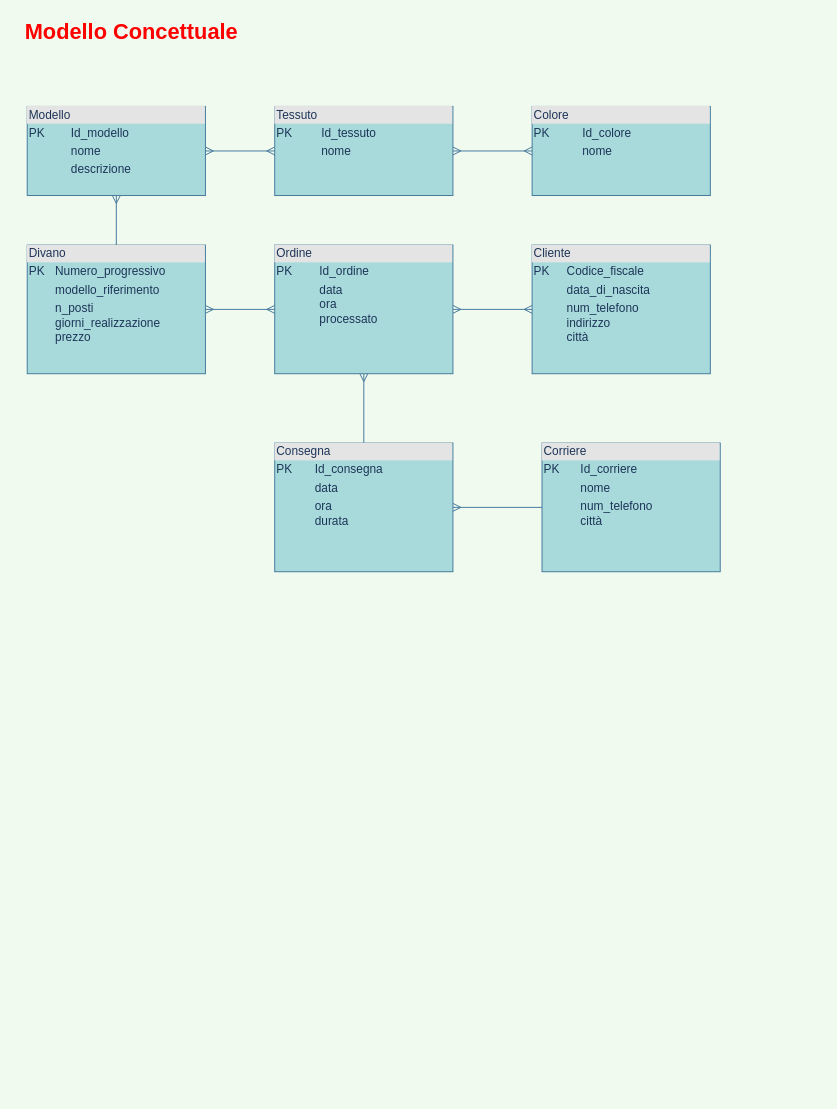
ChiaraGismondi02/informatica-modelloE-R keeps this draw.io diagram as Divani.drawio. Above is the earlier version. Source tidied: cells renumbered, new cells numbered last; positions are measured from the earlier drawing's top-left corner, leaving out a move shared by most shapes. Both pictures are drawn from the tidied source at 99%, with x=0, y=0 at pixel (17, 17).
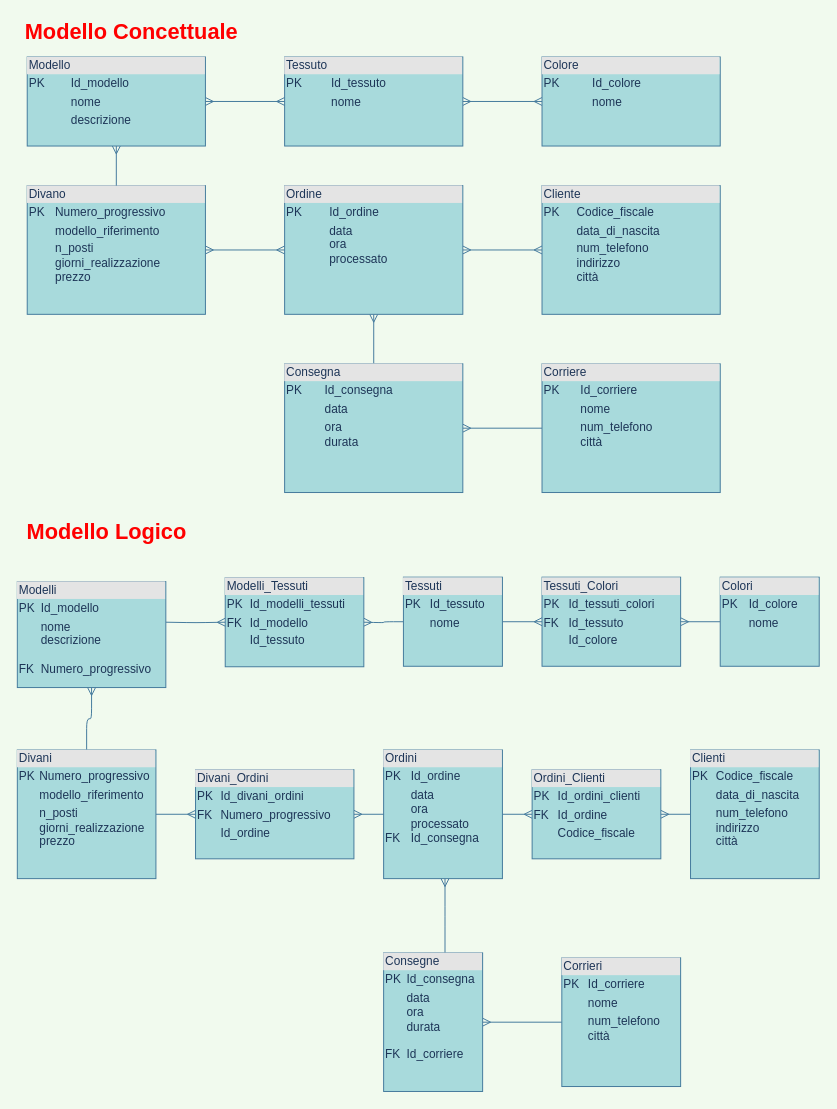
The same page after the edit.

What changed in the source:
```diff
@@
     <mxCell id="3" value="&lt;div style=&quot;box-sizing: border-box ; width: 100% ; background: #e4e4e4 ; padding: 2px&quot;&gt;Corriere&lt;/div&gt;&lt;table style=&quot;width: 100% ; font-size: 1em&quot; cellpadding=&quot;2&quot; cellspacing=&quot;0&quot;&gt;&lt;tbody&gt;&lt;tr&gt;&lt;td&gt;PK&lt;/td&gt;&lt;td&gt;Id_corriere&lt;/td&gt;&lt;/tr&gt;&lt;tr&gt;&lt;td&gt;&lt;br&gt;&lt;/td&gt;&lt;td&gt;nome&lt;/td&gt;&lt;/tr&gt;&lt;tr&gt;&lt;td&gt;&lt;/td&gt;&lt;td&gt;num_telefono&lt;br&gt;città&lt;/td&gt;&lt;/tr&gt;&lt;/tbody&gt;&lt;/table&gt;" style="verticalAlign=top;align=left;overflow=fill;html=1;fillColor=#A8DADC;strokeColor=#457B9D;fontColor=#1D3557;" parent="1" vertex="1">
-      <mxGeometry x="530" y="430" width="180" height="130" as="geometry" />
+      <mxGeometry x="530" y="350" width="180" height="130" as="geometry" />
     </mxCell>
@@
     <mxCell id="5" value="&lt;div style=&quot;box-sizing: border-box ; width: 100% ; background: #e4e4e4 ; padding: 2px&quot;&gt;Consegna&lt;/div&gt;&lt;table style=&quot;width: 100% ; font-size: 1em&quot; cellpadding=&quot;2&quot; cellspacing=&quot;0&quot;&gt;&lt;tbody&gt;&lt;tr&gt;&lt;td&gt;PK&lt;/td&gt;&lt;td&gt;Id_consegna&lt;/td&gt;&lt;/tr&gt;&lt;tr&gt;&lt;td&gt;&lt;br&gt;&lt;/td&gt;&lt;td&gt;data&lt;/td&gt;&lt;/tr&gt;&lt;tr&gt;&lt;td&gt;&lt;/td&gt;&lt;td&gt;ora&lt;br&gt;durata&lt;/td&gt;&lt;/tr&gt;&lt;/tbody&gt;&lt;/table&gt;" style="verticalAlign=top;align=left;overflow=fill;html=1;fillColor=#A8DADC;strokeColor=#457B9D;fontColor=#1D3557;" parent="1" vertex="1">
-      <mxGeometry x="260" y="430" width="180" height="130" as="geometry" />
+      <mxGeometry x="270" y="350" width="180" height="130" as="geometry" />
     </mxCell>
     <mxCell id="6" value="&lt;div style=&quot;box-sizing: border-box ; width: 100% ; background: #e4e4e4 ; padding: 2px&quot;&gt;Cliente&lt;/div&gt;&lt;table style=&quot;width: 100% ; font-size: 1em&quot; cellpadding=&quot;2&quot; cellspacing=&quot;0&quot;&gt;&lt;tbody&gt;&lt;tr&gt;&lt;td&gt;PK&lt;/td&gt;&lt;td&gt;Codice_fiscale&lt;/td&gt;&lt;/tr&gt;&lt;tr&gt;&lt;td&gt;&lt;br&gt;&lt;/td&gt;&lt;td&gt;data_di_nascita&lt;/td&gt;&lt;/tr&gt;&lt;tr&gt;&lt;td&gt;&lt;/td&gt;&lt;td&gt;num_telefono&lt;br&gt;indirizzo&lt;br&gt;città&lt;/td&gt;&lt;/tr&gt;&lt;/tbody&gt;&lt;/table&gt;" style="verticalAlign=top;align=left;overflow=fill;html=1;fillColor=#A8DADC;strokeColor=#457B9D;fontColor=#1D3557;" parent="1" vertex="1">
-      <mxGeometry x="520" y="230" width="180" height="130" as="geometry" />
+      <mxGeometry x="530" y="170" width="180" height="130" as="geometry" />
     </mxCell>
@@
     <mxCell id="8" value="&lt;div style=&quot;box-sizing: border-box ; width: 100% ; background: #e4e4e4 ; padding: 2px&quot;&gt;Ordine&lt;/div&gt;&lt;table style=&quot;width: 100% ; font-size: 1em&quot; cellpadding=&quot;2&quot; cellspacing=&quot;0&quot;&gt;&lt;tbody&gt;&lt;tr&gt;&lt;td&gt;PK&lt;/td&gt;&lt;td&gt;Id_ordine&lt;/td&gt;&lt;/tr&gt;&lt;tr&gt;&lt;td&gt;&lt;br&gt;&lt;/td&gt;&lt;td&gt;data&lt;br&gt;ora&lt;br&gt;processato&lt;/td&gt;&lt;/tr&gt;&lt;tr&gt;&lt;td&gt;&lt;/td&gt;&lt;td&gt;&lt;br&gt;&lt;/td&gt;&lt;/tr&gt;&lt;/tbody&gt;&lt;/table&gt;" style="verticalAlign=top;align=left;overflow=fill;html=1;fillColor=#A8DADC;strokeColor=#457B9D;fontColor=#1D3557;" parent="1" vertex="1">
-      <mxGeometry x="260" y="230" width="180" height="130" as="geometry" />
+      <mxGeometry x="270" y="170" width="180" height="130" as="geometry" />
     </mxCell>
@@
     <mxCell id="10" value="&lt;div style=&quot;box-sizing: border-box ; width: 100% ; background: #e4e4e4 ; padding: 2px&quot;&gt;Divano&lt;/div&gt;&lt;table style=&quot;width: 100% ; font-size: 1em&quot; cellpadding=&quot;2&quot; cellspacing=&quot;0&quot;&gt;&lt;tbody&gt;&lt;tr&gt;&lt;td&gt;PK&lt;/td&gt;&lt;td&gt;Numero_progressivo&lt;/td&gt;&lt;/tr&gt;&lt;tr&gt;&lt;td&gt;&lt;br&gt;&lt;/td&gt;&lt;td&gt;modello_riferimento&lt;/td&gt;&lt;/tr&gt;&lt;tr&gt;&lt;td&gt;&lt;/td&gt;&lt;td&gt;n_posti&lt;br&gt;giorni_realizzazione&lt;br&gt;prezzo&lt;br&gt;&lt;br&gt;&lt;/td&gt;&lt;/tr&gt;&lt;/tbody&gt;&lt;/table&gt;" style="verticalAlign=top;align=left;overflow=fill;html=1;fillColor=#A8DADC;strokeColor=#457B9D;fontColor=#1D3557;" parent="1" vertex="1">
-      <mxGeometry x="10" y="230" width="180" height="130" as="geometry" />
+      <mxGeometry x="10" y="170" width="180" height="130" as="geometry" />
     </mxCell>
     <mxCell id="11" value="&lt;div style=&quot;box-sizing: border-box ; width: 100% ; background: #e4e4e4 ; padding: 2px&quot;&gt;Colore&lt;/div&gt;&lt;table style=&quot;width: 100% ; font-size: 1em&quot; cellpadding=&quot;2&quot; cellspacing=&quot;0&quot;&gt;&lt;tbody&gt;&lt;tr&gt;&lt;td&gt;PK&lt;/td&gt;&lt;td&gt;Id_colore&lt;/td&gt;&lt;/tr&gt;&lt;tr&gt;&lt;td&gt;&lt;br&gt;&lt;/td&gt;&lt;td&gt;nome&lt;/td&gt;&lt;/tr&gt;&lt;tr&gt;&lt;td&gt;&lt;/td&gt;&lt;td&gt;&lt;br&gt;&lt;/td&gt;&lt;/tr&gt;&lt;/tbody&gt;&lt;/table&gt;" style="verticalAlign=top;align=left;overflow=fill;html=1;fillColor=#A8DADC;strokeColor=#457B9D;fontColor=#1D3557;" parent="1" vertex="1">
-      <mxGeometry x="520" y="90" width="180" height="90" as="geometry" />
+      <mxGeometry x="530" y="40" width="180" height="90" as="geometry" />
     </mxCell>
@@
     <mxCell id="13" value="&lt;div style=&quot;box-sizing: border-box ; width: 100% ; background: #e4e4e4 ; padding: 2px&quot;&gt;Tessuto&lt;/div&gt;&lt;table style=&quot;width: 100% ; font-size: 1em&quot; cellpadding=&quot;2&quot; cellspacing=&quot;0&quot;&gt;&lt;tbody&gt;&lt;tr&gt;&lt;td&gt;PK&lt;/td&gt;&lt;td&gt;Id_tessuto&lt;/td&gt;&lt;/tr&gt;&lt;tr&gt;&lt;td&gt;&lt;br&gt;&lt;/td&gt;&lt;td&gt;nome&lt;/td&gt;&lt;/tr&gt;&lt;tr&gt;&lt;td&gt;&lt;/td&gt;&lt;td&gt;&lt;br&gt;&lt;/td&gt;&lt;/tr&gt;&lt;/tbody&gt;&lt;/table&gt;" style="verticalAlign=top;align=left;overflow=fill;html=1;fillColor=#A8DADC;strokeColor=#457B9D;fontColor=#1D3557;" parent="1" vertex="1">
-      <mxGeometry x="260" y="90" width="180" height="90" as="geometry" />
+      <mxGeometry x="270" y="40" width="180" height="90" as="geometry" />
     </mxCell>
@@
     <mxCell id="15" value="&lt;div style=&quot;box-sizing: border-box ; width: 100% ; background: #e4e4e4 ; padding: 2px&quot;&gt;Modello&lt;/div&gt;&lt;table style=&quot;width: 100% ; font-size: 1em&quot; cellpadding=&quot;2&quot; cellspacing=&quot;0&quot;&gt;&lt;tbody&gt;&lt;tr&gt;&lt;td&gt;PK&lt;/td&gt;&lt;td&gt;Id_modello&lt;/td&gt;&lt;/tr&gt;&lt;tr&gt;&lt;td&gt;&lt;br&gt;&lt;/td&gt;&lt;td&gt;nome&lt;/td&gt;&lt;/tr&gt;&lt;tr&gt;&lt;td&gt;&lt;/td&gt;&lt;td&gt;descrizione&lt;/td&gt;&lt;/tr&gt;&lt;/tbody&gt;&lt;/table&gt;" style="verticalAlign=top;align=left;overflow=fill;html=1;fillColor=#A8DADC;strokeColor=#457B9D;fontColor=#1D3557;" parent="1" vertex="1">
-      <mxGeometry x="10" y="90" width="180" height="90" as="geometry" />
+      <mxGeometry x="10" y="40" width="180" height="90" as="geometry" />
     </mxCell>
@@
+    <mxCell id="18" style="edgeStyle=orthogonalEdgeStyle;curved=0;rounded=1;sketch=0;jettySize=auto;html=1;entryX=0.5;entryY=1;entryDx=0;entryDy=0;endArrow=ERmany;endFill=0;strokeColor=#457B9D;fillColor=#A8DADC;fontColor=#1D3557;exitX=0.62;exitY=0.007;exitDx=0;exitDy=0;exitPerimeter=0;" parent="1" edge="1" source="40">
+      <mxGeometry relative="1" as="geometry">
+        <mxPoint x="432" y="870" as="targetPoint" />
+      </mxGeometry>
+    </mxCell>
+    <mxCell id="19" style="edgeStyle=orthogonalEdgeStyle;curved=0;rounded=1;sketch=0;jettySize=auto;html=1;exitX=0;exitY=0.5;exitDx=0;exitDy=0;entryX=1;entryY=0.5;entryDx=0;entryDy=0;strokeColor=#457B9D;fillColor=#A8DADC;fontColor=#1D3557;endArrow=ERmany;endFill=0;" parent="1" edge="1" source="20" target="40">
+      <mxGeometry relative="1" as="geometry" />
+    </mxCell>
+    <mxCell id="20" value="&lt;div style=&quot;box-sizing: border-box ; width: 100% ; background: #e4e4e4 ; padding: 2px&quot;&gt;Corrieri&lt;/div&gt;&lt;table style=&quot;width: 100% ; font-size: 1em&quot; cellpadding=&quot;2&quot; cellspacing=&quot;0&quot;&gt;&lt;tbody&gt;&lt;tr&gt;&lt;td&gt;PK&lt;/td&gt;&lt;td&gt;Id_corriere&lt;/td&gt;&lt;/tr&gt;&lt;tr&gt;&lt;td&gt;&lt;br&gt;&lt;/td&gt;&lt;td&gt;nome&lt;/td&gt;&lt;/tr&gt;&lt;tr&gt;&lt;td&gt;&lt;/td&gt;&lt;td&gt;num_telefono&lt;br&gt;città&lt;/td&gt;&lt;/tr&gt;&lt;/tbody&gt;&lt;/table&gt;" style="verticalAlign=top;align=left;overflow=fill;html=1;fillColor=#A8DADC;strokeColor=#457B9D;fontColor=#1D3557;" parent="1" vertex="1">
+      <mxGeometry x="550" y="950" width="120" height="130" as="geometry" />
+    </mxCell>
+    <mxCell id="21" style="edgeStyle=orthogonalEdgeStyle;curved=0;rounded=1;sketch=0;orthogonalLoop=1;jettySize=auto;html=1;exitX=0;exitY=0.5;exitDx=0;exitDy=0;endArrow=ERmany;endFill=0;strokeColor=#457B9D;fillColor=#A8DADC;fontColor=#1D3557;" parent="1" edge="1">
+      <mxGeometry relative="1" as="geometry">
+        <mxPoint x="374" y="805" as="sourcePoint" />
+        <mxPoint x="340" y="805" as="targetPoint" />
+      </mxGeometry>
+    </mxCell>
+    <mxCell id="22" style="edgeStyle=orthogonalEdgeStyle;curved=0;rounded=1;sketch=0;jettySize=auto;html=1;exitX=1;exitY=0.5;exitDx=0;exitDy=0;entryX=0;entryY=0.5;entryDx=0;entryDy=0;endArrow=ERmany;endFill=0;strokeColor=#457B9D;fillColor=#A8DADC;fontColor=#1D3557;" parent="1" edge="1" target="34">
+      <mxGeometry relative="1" as="geometry">
+        <mxPoint x="490" y="805" as="sourcePoint" />
+      </mxGeometry>
+    </mxCell>
+    <mxCell id="23" style="edgeStyle=orthogonalEdgeStyle;curved=0;rounded=1;sketch=0;jettySize=auto;html=1;exitX=0;exitY=0.5;exitDx=0;exitDy=0;endArrow=ERmany;endFill=0;strokeColor=#457B9D;fillColor=#A8DADC;fontColor=#1D3557;" parent="1" edge="1" source="24">
+      <mxGeometry relative="1" as="geometry">
+        <mxPoint x="650" y="805" as="targetPoint" />
+      </mxGeometry>
+    </mxCell>
+    <mxCell id="24" value="&lt;div style=&quot;box-sizing: border-box ; width: 100% ; background: #e4e4e4 ; padding: 2px&quot;&gt;Clienti&lt;/div&gt;&lt;table style=&quot;width: 100% ; font-size: 1em&quot; cellpadding=&quot;2&quot; cellspacing=&quot;0&quot;&gt;&lt;tbody&gt;&lt;tr&gt;&lt;td&gt;PK&lt;/td&gt;&lt;td&gt;Codice_fiscale&lt;/td&gt;&lt;/tr&gt;&lt;tr&gt;&lt;td&gt;&lt;br&gt;&lt;/td&gt;&lt;td&gt;data_di_nascita&lt;/td&gt;&lt;/tr&gt;&lt;tr&gt;&lt;td&gt;&lt;/td&gt;&lt;td&gt;num_telefono&lt;br&gt;indirizzo&lt;br&gt;città&lt;/td&gt;&lt;/tr&gt;&lt;/tbody&gt;&lt;/table&gt;" style="verticalAlign=top;align=left;overflow=fill;html=1;fillColor=#A8DADC;strokeColor=#457B9D;fontColor=#1D3557;" parent="1" vertex="1">
+      <mxGeometry x="680" y="740" width="130" height="130" as="geometry" />
+    </mxCell>
+    <mxCell id="25" style="edgeStyle=orthogonalEdgeStyle;curved=0;rounded=1;sketch=0;jettySize=auto;html=1;exitX=0;exitY=0.5;exitDx=0;exitDy=0;endArrow=ERmany;endFill=0;strokeColor=#457B9D;fillColor=#A8DADC;fontColor=#1D3557;" parent="1" edge="1" source="27">
+      <mxGeometry relative="1" as="geometry">
+        <mxPoint x="350" y="611" as="targetPoint" />
+      </mxGeometry>
+    </mxCell>
+    <mxCell id="26" style="edgeStyle=orthogonalEdgeStyle;curved=0;rounded=1;sketch=0;jettySize=auto;html=1;exitX=1;exitY=0.5;exitDx=0;exitDy=0;entryX=0;entryY=0.5;entryDx=0;entryDy=0;endArrow=ERmany;endFill=0;strokeColor=#457B9D;fillColor=#A8DADC;fontColor=#1D3557;" parent="1" edge="1" source="27" target="36">
+      <mxGeometry relative="1" as="geometry" />
+    </mxCell>
+    <mxCell id="27" value="&lt;div style=&quot;box-sizing: border-box ; width: 100% ; background: #e4e4e4 ; padding: 2px&quot;&gt;Tessuti&lt;/div&gt;&lt;table style=&quot;width: 100% ; font-size: 1em&quot; cellpadding=&quot;2&quot; cellspacing=&quot;0&quot;&gt;&lt;tbody&gt;&lt;tr&gt;&lt;td&gt;PK&lt;/td&gt;&lt;td&gt;Id_tessuto&lt;/td&gt;&lt;/tr&gt;&lt;tr&gt;&lt;td&gt;&lt;br&gt;&lt;/td&gt;&lt;td&gt;nome&lt;/td&gt;&lt;/tr&gt;&lt;tr&gt;&lt;td&gt;&lt;/td&gt;&lt;td&gt;&lt;br&gt;&lt;/td&gt;&lt;/tr&gt;&lt;/tbody&gt;&lt;/table&gt;" style="verticalAlign=top;align=left;overflow=fill;html=1;fillColor=#A8DADC;strokeColor=#457B9D;fontColor=#1D3557;" parent="1" vertex="1">
+      <mxGeometry x="390" y="565.5" width="100" height="90" as="geometry" />
+    </mxCell>
+    <mxCell id="28" style="edgeStyle=orthogonalEdgeStyle;curved=0;rounded=1;sketch=0;jettySize=auto;html=1;exitX=0;exitY=0.5;exitDx=0;exitDy=0;endArrow=ERmany;endFill=0;strokeColor=#457B9D;fillColor=#A8DADC;fontColor=#1D3557;entryX=1;entryY=0.5;entryDx=0;entryDy=0;" parent="1" edge="1" source="29" target="36">
+      <mxGeometry relative="1" as="geometry" />
+    </mxCell>
+    <mxCell id="29" value="&lt;div style=&quot;box-sizing: border-box ; width: 100% ; background: #e4e4e4 ; padding: 2px&quot;&gt;Colori&lt;/div&gt;&lt;table style=&quot;width: 100% ; font-size: 1em&quot; cellpadding=&quot;2&quot; cellspacing=&quot;0&quot;&gt;&lt;tbody&gt;&lt;tr&gt;&lt;td&gt;PK&lt;/td&gt;&lt;td&gt;Id_colore&lt;/td&gt;&lt;/tr&gt;&lt;tr&gt;&lt;td&gt;&lt;br&gt;&lt;/td&gt;&lt;td&gt;nome&lt;/td&gt;&lt;/tr&gt;&lt;tr&gt;&lt;td&gt;&lt;/td&gt;&lt;td&gt;&lt;br&gt;&lt;/td&gt;&lt;/tr&gt;&lt;/tbody&gt;&lt;/table&gt;" style="verticalAlign=top;align=left;overflow=fill;html=1;fillColor=#A8DADC;strokeColor=#457B9D;fontColor=#1D3557;" parent="1" vertex="1">
+      <mxGeometry x="710" y="565.5" width="100" height="90" as="geometry" />
+    </mxCell>
+    <mxCell id="30" style="edgeStyle=orthogonalEdgeStyle;curved=0;rounded=1;sketch=0;jettySize=auto;html=1;exitX=1;exitY=0.5;exitDx=0;exitDy=0;entryX=0;entryY=0.5;entryDx=0;entryDy=0;endArrow=ERmany;endFill=0;strokeColor=#457B9D;fillColor=#A8DADC;fontColor=#1D3557;" parent="1" edge="1" source="32" target="33">
+      <mxGeometry relative="1" as="geometry" />
+    </mxCell>
+    <mxCell id="31" style="edgeStyle=orthogonalEdgeStyle;curved=0;rounded=1;sketch=0;jettySize=auto;html=1;exitX=0.5;exitY=0;exitDx=0;exitDy=0;endArrow=ERmany;endFill=0;strokeColor=#457B9D;fillColor=#A8DADC;fontColor=#1D3557;entryX=0.5;entryY=1;entryDx=0;entryDy=0;" parent="1" edge="1" source="32" target="39">
+      <mxGeometry relative="1" as="geometry" />
+    </mxCell>
+    <mxCell id="32" value="&lt;div style=&quot;box-sizing: border-box ; width: 100% ; background: #e4e4e4 ; padding: 2px&quot;&gt;Divani&lt;/div&gt;&lt;table style=&quot;width: 100% ; font-size: 1em&quot; cellpadding=&quot;2&quot; cellspacing=&quot;0&quot;&gt;&lt;tbody&gt;&lt;tr&gt;&lt;td&gt;PK&lt;/td&gt;&lt;td&gt;Numero_progressivo&lt;/td&gt;&lt;/tr&gt;&lt;tr&gt;&lt;td&gt;&lt;br&gt;&lt;/td&gt;&lt;td&gt;modello_riferimento&lt;/td&gt;&lt;/tr&gt;&lt;tr&gt;&lt;td&gt;&lt;/td&gt;&lt;td&gt;n_posti&lt;br&gt;giorni_realizzazione&lt;br&gt;prezzo&lt;br&gt;&lt;br&gt;&lt;/td&gt;&lt;/tr&gt;&lt;/tbody&gt;&lt;/table&gt;" style="verticalAlign=top;align=left;overflow=fill;html=1;fillColor=#A8DADC;strokeColor=#457B9D;fontColor=#1D3557;" parent="1" vertex="1">
+      <mxGeometry y="740" width="140" height="130" as="geometry" />
+    </mxCell>
+    <mxCell id="33" value="&lt;div style=&quot;box-sizing: border-box ; width: 100% ; background: #e4e4e4 ; padding: 2px&quot;&gt;Divani_Ordini&lt;/div&gt;&lt;table style=&quot;width: 100% ; font-size: 1em&quot; cellpadding=&quot;2&quot; cellspacing=&quot;0&quot;&gt;&lt;tbody&gt;&lt;tr&gt;&lt;td&gt;PK&lt;/td&gt;&lt;td&gt;Id_divani_ordini&lt;/td&gt;&lt;/tr&gt;&lt;tr&gt;&lt;td&gt;FK&lt;/td&gt;&lt;td&gt;Numero_progressivo&lt;/td&gt;&lt;/tr&gt;&lt;tr&gt;&lt;td&gt;&lt;/td&gt;&lt;td&gt;Id_ordine&lt;/td&gt;&lt;/tr&gt;&lt;/tbody&gt;&lt;/table&gt;" style="verticalAlign=top;align=left;overflow=fill;html=1;rounded=0;sketch=0;strokeColor=#457B9D;fillColor=#A8DADC;fontColor=#1D3557;" parent="1" vertex="1">
+      <mxGeometry x="180" y="760" width="160" height="90" as="geometry" />
+    </mxCell>
+    <mxCell id="34" value="&lt;div style=&quot;box-sizing: border-box ; width: 100% ; background: #e4e4e4 ; padding: 2px&quot;&gt;Ordini_Clienti&lt;/div&gt;&lt;table style=&quot;width: 100% ; font-size: 1em&quot; cellpadding=&quot;2&quot; cellspacing=&quot;0&quot;&gt;&lt;tbody&gt;&lt;tr&gt;&lt;td&gt;PK&lt;/td&gt;&lt;td&gt;Id_ordini_clienti&lt;/td&gt;&lt;/tr&gt;&lt;tr&gt;&lt;td&gt;FK&lt;/td&gt;&lt;td&gt;Id_ordine&lt;/td&gt;&lt;/tr&gt;&lt;tr&gt;&lt;td&gt;&lt;/td&gt;&lt;td&gt;Codice_fiscale&lt;/td&gt;&lt;/tr&gt;&lt;/tbody&gt;&lt;/table&gt;" style="verticalAlign=top;align=left;overflow=fill;html=1;rounded=0;sketch=0;strokeColor=#457B9D;fillColor=#A8DADC;fontColor=#1D3557;" parent="1" vertex="1">
+      <mxGeometry x="520" y="760" width="130" height="90" as="geometry" />
+    </mxCell>
+    <mxCell id="35" value="&lt;div style=&quot;box-sizing: border-box ; width: 100% ; background: #e4e4e4 ; padding: 2px&quot;&gt;Modelli_Tessuti&lt;/div&gt;&lt;table style=&quot;width: 100% ; font-size: 1em&quot; cellpadding=&quot;2&quot; cellspacing=&quot;0&quot;&gt;&lt;tbody&gt;&lt;tr&gt;&lt;td&gt;PK&lt;/td&gt;&lt;td&gt;Id_modelli_tessuti&lt;/td&gt;&lt;/tr&gt;&lt;tr&gt;&lt;td&gt;FK&lt;/td&gt;&lt;td&gt;Id_modello&lt;/td&gt;&lt;/tr&gt;&lt;tr&gt;&lt;td&gt;&lt;/td&gt;&lt;td&gt;Id_tessuto&lt;/td&gt;&lt;/tr&gt;&lt;/tbody&gt;&lt;/table&gt;" style="verticalAlign=top;align=left;overflow=fill;html=1;rounded=0;sketch=0;strokeColor=#457B9D;fillColor=#A8DADC;fontColor=#1D3557;" parent="1" vertex="1">
+      <mxGeometry x="210" y="566" width="140" height="90" as="geometry" />
+    </mxCell>
+    <mxCell id="36" value="&lt;div style=&quot;box-sizing: border-box ; width: 100% ; background: #e4e4e4 ; padding: 2px&quot;&gt;Tessuti_Colori&lt;/div&gt;&lt;table style=&quot;width: 100% ; font-size: 1em&quot; cellpadding=&quot;2&quot; cellspacing=&quot;0&quot;&gt;&lt;tbody&gt;&lt;tr&gt;&lt;td&gt;PK&lt;/td&gt;&lt;td&gt;Id_tessuti_colori&lt;/td&gt;&lt;/tr&gt;&lt;tr&gt;&lt;td&gt;FK&lt;/td&gt;&lt;td&gt;Id_tessuto&lt;/td&gt;&lt;/tr&gt;&lt;tr&gt;&lt;td&gt;&lt;/td&gt;&lt;td&gt;Id_colore&lt;/td&gt;&lt;/tr&gt;&lt;/tbody&gt;&lt;/table&gt;" style="verticalAlign=top;align=left;overflow=fill;html=1;rounded=0;sketch=0;strokeColor=#457B9D;fillColor=#A8DADC;fontColor=#1D3557;" parent="1" vertex="1">
+      <mxGeometry x="530" y="565.5" width="140" height="90" as="geometry" />
+    </mxCell>
+    <mxCell id="37" value="&lt;b&gt;&lt;font style=&quot;font-size: 22px&quot; color=&quot;#ff0000&quot;&gt;Modello Logico&lt;/font&gt;&lt;/b&gt;" style="text;html=1;align=center;verticalAlign=middle;fillColor=none;strokeColor=none;rounded=0;sketch=0;fontColor=#1D3557;" parent="1" vertex="1">
+      <mxGeometry y="510" width="180" height="20" as="geometry" />
+    </mxCell>
+    <mxCell id="38" style="edgeStyle=orthogonalEdgeStyle;curved=0;rounded=1;sketch=0;jettySize=auto;html=1;endArrow=ERmany;endFill=0;strokeColor=#457B9D;fillColor=#A8DADC;fontColor=#1D3557;" parent="1" edge="1" target="35">
+      <mxGeometry relative="1" as="geometry">
+        <mxPoint x="150" y="611" as="sourcePoint" />
+      </mxGeometry>
+    </mxCell>
+    <mxCell id="39" value="&lt;div style=&quot;box-sizing: border-box ; width: 100% ; background: #e4e4e4 ; padding: 2px&quot;&gt;Modelli&lt;/div&gt;&lt;table style=&quot;width: 100% ; font-size: 1em&quot; cellpadding=&quot;2&quot; cellspacing=&quot;0&quot;&gt;&lt;tbody&gt;&lt;tr&gt;&lt;td&gt;PK&lt;/td&gt;&lt;td&gt;Id_modello&lt;br&gt;&lt;/td&gt;&lt;/tr&gt;&lt;tr&gt;&lt;td&gt;&lt;br&gt;&lt;br&gt;&lt;br&gt;FK&lt;/td&gt;&lt;td&gt;nome&lt;br&gt;descrizione&lt;br&gt;&lt;br&gt;Numero_progressivo&lt;/td&gt;&lt;/tr&gt;&lt;tr&gt;&lt;td&gt;&lt;/td&gt;&lt;td&gt;&lt;br&gt;&lt;/td&gt;&lt;/tr&gt;&lt;/tbody&gt;&lt;/table&gt;" style="verticalAlign=top;align=left;overflow=fill;html=1;rounded=0;sketch=0;strokeColor=#457B9D;fillColor=#A8DADC;fontColor=#1D3557;" parent="1" vertex="1">
+      <mxGeometry y="570" width="150" height="107" as="geometry" />
+    </mxCell>
+    <mxCell id="40" value="&lt;div style=&quot;box-sizing: border-box ; width: 100% ; background: #e4e4e4 ; padding: 2px&quot;&gt;Consegne&lt;/div&gt;&lt;table style=&quot;width: 100% ; font-size: 1em&quot; cellpadding=&quot;2&quot; cellspacing=&quot;0&quot;&gt;&lt;tbody&gt;&lt;tr&gt;&lt;td&gt;PK&lt;/td&gt;&lt;td&gt;Id_consegna&lt;/td&gt;&lt;/tr&gt;&lt;tr&gt;&lt;td&gt;&lt;br&gt;&lt;br&gt;&lt;br&gt;&lt;br&gt;FK&lt;/td&gt;&lt;td&gt;data&lt;br&gt;ora&lt;br&gt;durata&lt;br&gt;&lt;br&gt;Id_corriere&lt;/td&gt;&lt;/tr&gt;&lt;tr&gt;&lt;td&gt;&lt;/td&gt;&lt;td&gt;&lt;br&gt;&lt;/td&gt;&lt;/tr&gt;&lt;/tbody&gt;&lt;/table&gt;" style="verticalAlign=top;align=left;overflow=fill;html=1;rounded=0;sketch=0;strokeColor=#457B9D;fillColor=#A8DADC;fontColor=#1D3557;" parent="1" vertex="1">
+      <mxGeometry x="370" y="945" width="100" height="140" as="geometry" />
+    </mxCell>
+    <mxCell id="41" value="&lt;div style=&quot;box-sizing: border-box ; width: 100% ; background: #e4e4e4 ; padding: 2px&quot;&gt;Ordini&lt;/div&gt;&lt;table style=&quot;width: 100% ; font-size: 1em&quot; cellpadding=&quot;2&quot; cellspacing=&quot;0&quot;&gt;&lt;tbody&gt;&lt;tr&gt;&lt;td&gt;PK&lt;/td&gt;&lt;td&gt;Id_ordine&lt;/td&gt;&lt;/tr&gt;&lt;tr&gt;&lt;td&gt;&lt;br&gt;&lt;br&gt;&lt;br&gt;FK&lt;/td&gt;&lt;td&gt;data&lt;br&gt;ora&lt;br&gt;processato&lt;br&gt;Id_consegna&lt;/td&gt;&lt;/tr&gt;&lt;tr&gt;&lt;td&gt;&lt;/td&gt;&lt;td&gt;&lt;br&gt;&lt;/td&gt;&lt;/tr&gt;&lt;/tbody&gt;&lt;/table&gt;" style="verticalAlign=top;align=left;overflow=fill;html=1;rounded=0;sketch=0;strokeColor=#457B9D;fillColor=#A8DADC;fontColor=#1D3557;" parent="1" vertex="1">
+      <mxGeometry x="370" y="740" width="120" height="130" as="geometry" />
+    </mxCell>
```
